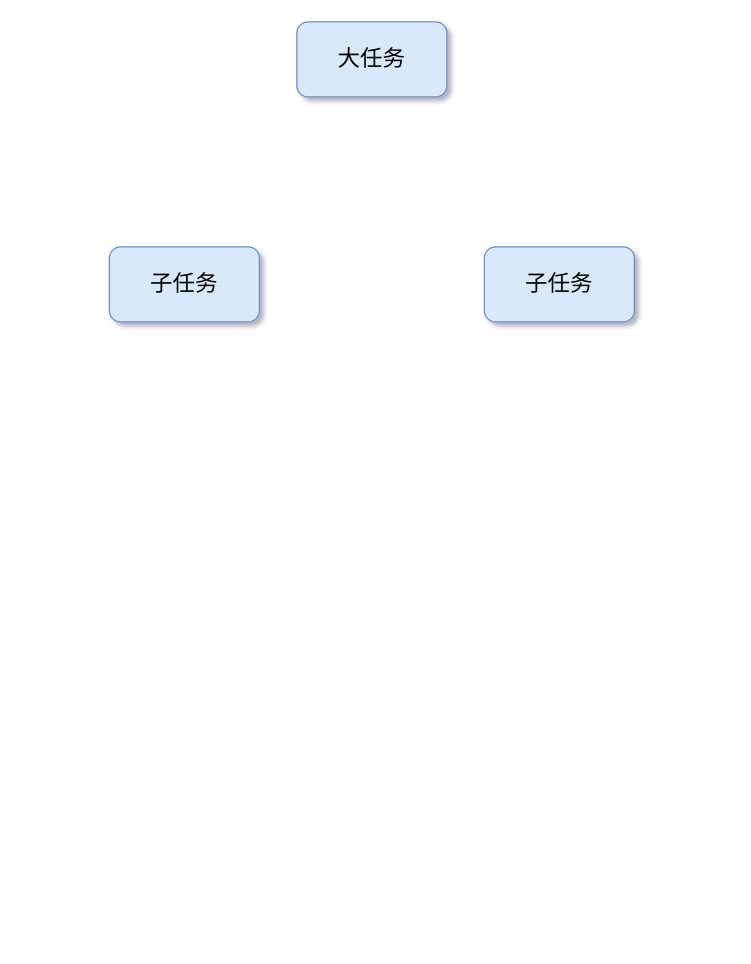
This is 未命名绘图.drawio from AruNi-01/draw.io-repo, a draw.io file, before an edit. Source tidied: cells renumbered, new cells numbered last; positions are measured from the earlier drawing's top-left corner, leaving out a move shared by most shapes. Both pictures are drawn from the tidied source at 125%, with x=0, y=0 at pixel (109, 21).
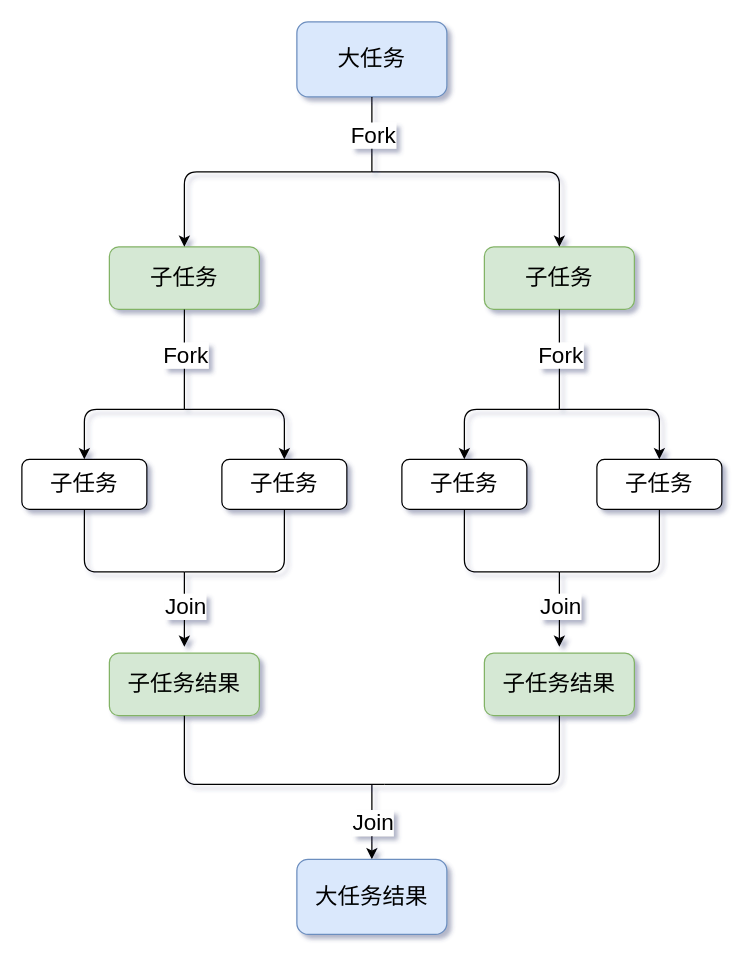
The same diagram, later.

Commit message (it also covers changes not shown here):
更新未命名绘图.drawio

Unchanged cells that the change refers to:
```xml
<mxCell id="2" value="&lt;font style=&quot;font-size: 18px;&quot;&gt;大任务&lt;/font&gt;" style="rounded=1;whiteSpace=wrap;html=1;fillColor=#dae8fc;strokeColor=#6c8ebf;" parent="1" vertex="1">
  <mxGeometry x="150" width="120" height="60" as="geometry" />
</mxCell>
```

What changed in the source:
```diff
@@
-    <mxCell id="3" value="&lt;font style=&quot;font-size: 18px;&quot;&gt;子任务&lt;/font&gt;" style="whiteSpace=wrap;html=1;fillColor=#dae8fc;strokeColor=#6c8ebf;rounded=1;" parent="1" vertex="1">
-      <mxGeometry y="180" width="120" height="60" as="geometry" />
+    <mxCell id="3" value="&lt;font style=&quot;font-size: 18px;&quot;&gt;子任务&lt;/font&gt;" style="whiteSpace=wrap;html=1;fillColor=#d5e8d4;strokeColor=#82b366;rounded=1;" parent="1" vertex="1">
+      <mxGeometry y="180" width="120" height="50" as="geometry" />
     </mxCell>
-    <mxCell id="4" value="&lt;font style=&quot;font-size: 18px;&quot;&gt;子任务&lt;/font&gt;" style="whiteSpace=wrap;html=1;fillColor=#dae8fc;strokeColor=#6c8ebf;rounded=1;" parent="1" vertex="1">
-      <mxGeometry x="300" y="180" width="120" height="60" as="geometry" />
+    <mxCell id="4" value="&lt;font style=&quot;font-size: 18px;&quot;&gt;子任务&lt;/font&gt;" style="whiteSpace=wrap;html=1;fillColor=#d5e8d4;strokeColor=#82b366;rounded=1;" parent="1" vertex="1">
+      <mxGeometry x="300" y="180" width="120" height="50" as="geometry" />
     </mxCell>
+    <mxCell id="5" style="endArrow=none;html=1;rounded=1;fontSize=18;entryX=0.5;entryY=1;entryDx=0;entryDy=0;" parent="1" edge="1" target="2">
+      <mxGeometry relative="1" as="geometry">
+        <mxPoint x="210" y="120" as="sourcePoint" />
+      </mxGeometry>
+    </mxCell>
+    <mxCell id="6" value="Fork" style="edgeLabel;html=1;align=center;verticalAlign=middle;fontSize=18;" parent="5" vertex="1">
+      <mxGeometry x="0.33" relative="1" as="geometry">
+        <mxPoint y="10" as="offset" />
+      </mxGeometry>
+    </mxCell>
+    <mxCell id="7" style="endArrow=classic;html=1;rounded=1;fontSize=18;entryX=0.5;entryY=0;entryDx=0;entryDy=0;" parent="1" edge="1" target="3">
+      <mxGeometry relative="1" as="geometry">
+        <mxPoint x="210" y="120" as="sourcePoint" />
+        <Array as="points">
+          <mxPoint x="60" y="120" />
+        </Array>
+      </mxGeometry>
+    </mxCell>
+    <mxCell id="8" style="endArrow=classic;html=1;rounded=1;fontSize=18;entryX=0.5;entryY=0;entryDx=0;entryDy=0;" parent="1" edge="1" target="4">
+      <mxGeometry relative="1" as="geometry">
+        <mxPoint x="210" y="120" as="sourcePoint" />
+        <Array as="points">
+          <mxPoint x="360" y="120" />
+        </Array>
+      </mxGeometry>
+    </mxCell>
+    <mxCell id="9" style="endArrow=none;html=1;rounded=1;fontSize=18;" parent="1" edge="1" target="3">
+      <mxGeometry relative="1" as="geometry">
+        <mxPoint x="60" y="310" as="sourcePoint" />
+      </mxGeometry>
+    </mxCell>
+    <mxCell id="10" value="Fork" style="edgeLabel;html=1;align=center;verticalAlign=middle;fontSize=18;" parent="9" vertex="1">
+      <mxGeometry x="0.4" y="-2" relative="1" as="geometry">
+        <mxPoint x="-2" y="12" as="offset" />
+      </mxGeometry>
+    </mxCell>
+    <mxCell id="11" style="endArrow=classic;html=1;rounded=1;fontSize=18;entryX=0.5;entryY=0;entryDx=0;entryDy=0;" parent="1" edge="1" target="20">
+      <mxGeometry relative="1" as="geometry">
+        <mxPoint x="60" y="310" as="sourcePoint" />
+        <Array as="points">
+          <mxPoint x="-20" y="310" />
+        </Array>
+      </mxGeometry>
+    </mxCell>
+    <mxCell id="12" style="endArrow=classic;html=1;rounded=1;fontSize=18;entryX=0.5;entryY=0;entryDx=0;entryDy=0;" parent="1" edge="1" target="19">
+      <mxGeometry relative="1" as="geometry">
+        <mxPoint x="60" y="310" as="sourcePoint" />
+        <Array as="points">
+          <mxPoint x="140" y="310" />
+        </Array>
+      </mxGeometry>
+    </mxCell>
+    <mxCell id="13" style="endArrow=classic;html=1;rounded=1;fontSize=18;entryX=0.5;entryY=0;entryDx=0;entryDy=0;" parent="1" edge="1" target="17">
+      <mxGeometry relative="1" as="geometry">
+        <mxPoint x="360" y="310" as="sourcePoint" />
+        <Array as="points">
+          <mxPoint x="284" y="310" />
+        </Array>
+      </mxGeometry>
+    </mxCell>
+    <mxCell id="14" style="endArrow=classic;html=1;rounded=1;fontSize=18;entryX=0.5;entryY=0;entryDx=0;entryDy=0;" parent="1" edge="1" target="18">
+      <mxGeometry relative="1" as="geometry">
+        <mxPoint x="360" y="310" as="sourcePoint" />
+        <Array as="points">
+          <mxPoint x="440" y="310" />
+        </Array>
+      </mxGeometry>
+    </mxCell>
+    <mxCell id="15" style="endArrow=none;html=1;rounded=1;fontSize=18;entryX=0.5;entryY=1;entryDx=0;entryDy=0;" parent="1" edge="1" target="4">
+      <mxGeometry relative="1" as="geometry">
+        <mxPoint x="360" y="310" as="sourcePoint" />
+      </mxGeometry>
+    </mxCell>
+    <mxCell id="16" value="&lt;div&gt;Fork&lt;/div&gt;" style="edgeLabel;html=1;align=center;verticalAlign=middle;fontSize=18;" parent="15" vertex="1">
+      <mxGeometry x="0.29" y="-1" relative="1" as="geometry">
+        <mxPoint x="-1" y="8" as="offset" />
+      </mxGeometry>
+    </mxCell>
+    <mxCell id="17" value="子任务" style="rounded=1;whiteSpace=wrap;html=1;fontSize=18;" parent="1" vertex="1">
+      <mxGeometry x="234" y="350" width="100" height="40" as="geometry" />
+    </mxCell>
+    <mxCell id="18" value="子任务" style="rounded=1;whiteSpace=wrap;html=1;fontSize=18;" parent="1" vertex="1">
+      <mxGeometry x="390" y="350" width="100" height="40" as="geometry" />
+    </mxCell>
+    <mxCell id="19" value="子任务" style="rounded=1;whiteSpace=wrap;html=1;fontSize=18;" parent="1" vertex="1">
+      <mxGeometry x="90" y="350" width="100" height="40" as="geometry" />
+    </mxCell>
+    <mxCell id="20" value="子任务" style="rounded=1;whiteSpace=wrap;html=1;fontSize=18;" parent="1" vertex="1">
+      <mxGeometry x="-70" y="350" width="100" height="40" as="geometry" />
+    </mxCell>
+    <mxCell id="21" style="endArrow=none;html=1;rounded=1;fontSize=18;entryX=0.5;entryY=1;entryDx=0;entryDy=0;" parent="1" edge="1" target="20">
+      <mxGeometry relative="1" as="geometry">
+        <mxPoint x="60" y="440" as="sourcePoint" />
+        <Array as="points">
+          <mxPoint x="-20" y="440" />
+        </Array>
+      </mxGeometry>
+    </mxCell>
+    <mxCell id="22" style="endArrow=none;html=1;rounded=1;fontSize=18;entryX=0.5;entryY=1;entryDx=0;entryDy=0;" parent="1" edge="1" target="19">
+      <mxGeometry relative="1" as="geometry">
+        <mxPoint x="60" y="440" as="sourcePoint" />
+        <Array as="points">
+          <mxPoint x="140" y="440" />
+        </Array>
+      </mxGeometry>
+    </mxCell>
+    <mxCell id="23" style="endArrow=classic;html=1;rounded=1;fontSize=18;" parent="1" edge="1">
+      <mxGeometry relative="1" as="geometry">
+        <mxPoint x="60" y="440" as="sourcePoint" />
+        <mxPoint x="60" y="500" as="targetPoint" />
+      </mxGeometry>
+    </mxCell>
+    <mxCell id="24" value="Join" style="edgeLabel;html=1;align=center;verticalAlign=middle;fontSize=18;" parent="23" vertex="1">
+      <mxGeometry x="0.36" y="1" relative="1" as="geometry">
+        <mxPoint x="-1" y="-14" as="offset" />
+      </mxGeometry>
+    </mxCell>
+    <mxCell id="25" value="子任务结果" style="rounded=1;whiteSpace=wrap;html=1;fontSize=18;fillColor=#d5e8d4;strokeColor=#82b366;" parent="1" vertex="1">
+      <mxGeometry y="505" width="120" height="50" as="geometry" />
+    </mxCell>
+    <mxCell id="26" style="endArrow=none;html=1;rounded=1;fontSize=18;entryX=0.5;entryY=1;entryDx=0;entryDy=0;" parent="1" edge="1" target="17">
+      <mxGeometry relative="1" as="geometry">
+        <mxPoint x="360" y="440" as="sourcePoint" />
+        <Array as="points">
+          <mxPoint x="284" y="440" />
+        </Array>
+      </mxGeometry>
+    </mxCell>
+    <mxCell id="27" style="endArrow=none;html=1;rounded=1;fontSize=18;entryX=0.5;entryY=1;entryDx=0;entryDy=0;" parent="1" edge="1">
+      <mxGeometry relative="1" as="geometry">
+        <mxPoint x="360" y="440" as="sourcePoint" />
+        <mxPoint x="440" y="390" as="targetPoint" />
+        <Array as="points">
+          <mxPoint x="440" y="440" />
+        </Array>
+      </mxGeometry>
+    </mxCell>
+    <mxCell id="28" style="endArrow=classic;html=1;rounded=1;fontSize=18;" parent="1" edge="1">
+      <mxGeometry relative="1" as="geometry">
+        <mxPoint x="360" y="440" as="sourcePoint" />
+        <mxPoint x="360" y="500" as="targetPoint" />
+      </mxGeometry>
+    </mxCell>
+    <mxCell id="29" value="Join" style="edgeLabel;html=1;align=center;verticalAlign=middle;fontSize=18;" parent="28" vertex="1">
+      <mxGeometry x="0.36" y="1" relative="1" as="geometry">
+        <mxPoint x="-1" y="-14" as="offset" />
+      </mxGeometry>
+    </mxCell>
+    <mxCell id="30" value="子任务结果" style="rounded=1;whiteSpace=wrap;html=1;fontSize=18;fillColor=#d5e8d4;strokeColor=#82b366;" parent="1" vertex="1">
+      <mxGeometry x="300" y="505" width="120" height="50" as="geometry" />
+    </mxCell>
+    <mxCell id="31" style="endArrow=none;html=1;rounded=1;fontSize=18;entryX=0.5;entryY=1;entryDx=0;entryDy=0;" parent="1" edge="1" target="25">
+      <mxGeometry relative="1" as="geometry">
+        <mxPoint x="220" y="610" as="sourcePoint" />
+        <Array as="points">
+          <mxPoint x="60" y="610" />
+        </Array>
+      </mxGeometry>
+    </mxCell>
+    <mxCell id="32" style="endArrow=none;html=1;rounded=1;fontSize=18;entryX=0.5;entryY=1;entryDx=0;entryDy=0;" parent="1" edge="1" target="30">
+      <mxGeometry relative="1" as="geometry">
+        <mxPoint x="220" y="610" as="sourcePoint" />
+        <Array as="points">
+          <mxPoint x="360" y="610" />
+        </Array>
+      </mxGeometry>
+    </mxCell>
+    <mxCell id="33" style="endArrow=classic;html=1;rounded=1;fontSize=18;" parent="1" edge="1">
+      <mxGeometry relative="1" as="geometry">
+        <mxPoint x="210" y="610" as="sourcePoint" />
+        <mxPoint x="210" y="670" as="targetPoint" />
+      </mxGeometry>
+    </mxCell>
+    <mxCell id="34" value="&lt;div&gt;Join&lt;/div&gt;" style="edgeLabel;html=1;align=center;verticalAlign=middle;fontSize=18;" parent="33" vertex="1">
+      <mxGeometry x="0.4" y="-1" relative="1" as="geometry">
+        <mxPoint x="1" y="-12" as="offset" />
+      </mxGeometry>
+    </mxCell>
+    <mxCell id="35" value="大任务结果" style="rounded=1;whiteSpace=wrap;html=1;fontSize=18;fillColor=#dae8fc;strokeColor=#6c8ebf;" parent="1" vertex="1">
+      <mxGeometry x="150" y="670" width="120" height="60" as="geometry" />
+    </mxCell>
```
